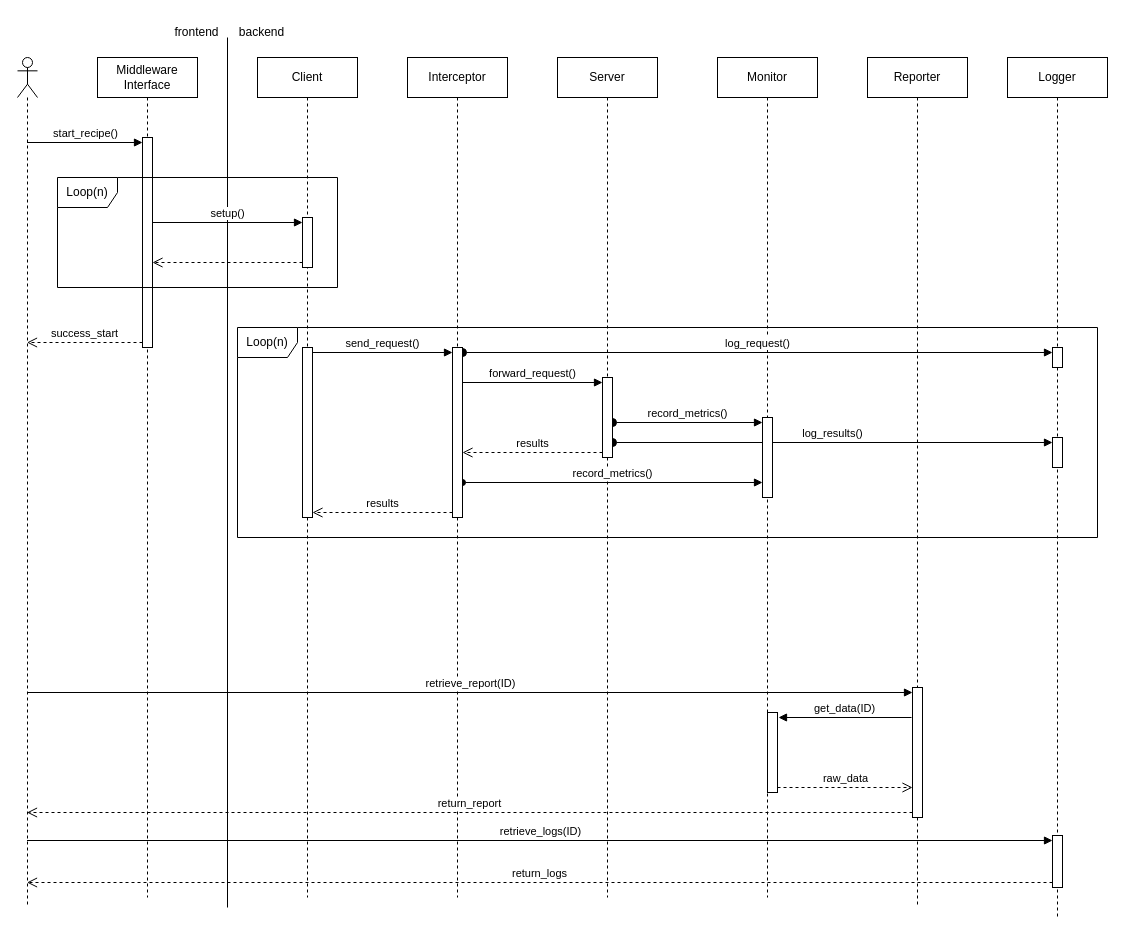
Above: page "Sequence Diagram" (2 of 3) of design/design_diagrams.drawio in Valegrl/Team6_EUMASTER4HPC2526 (draw.io), before the change. Source tidied: cells renumbered, new cells numbered last; positions are measured from the earlier drawing's top-left corner, leaving out a move shared by most shapes. Both pictures are drawn from the tidied source at 100%, with x=0, y=0 at pixel (17, 17).
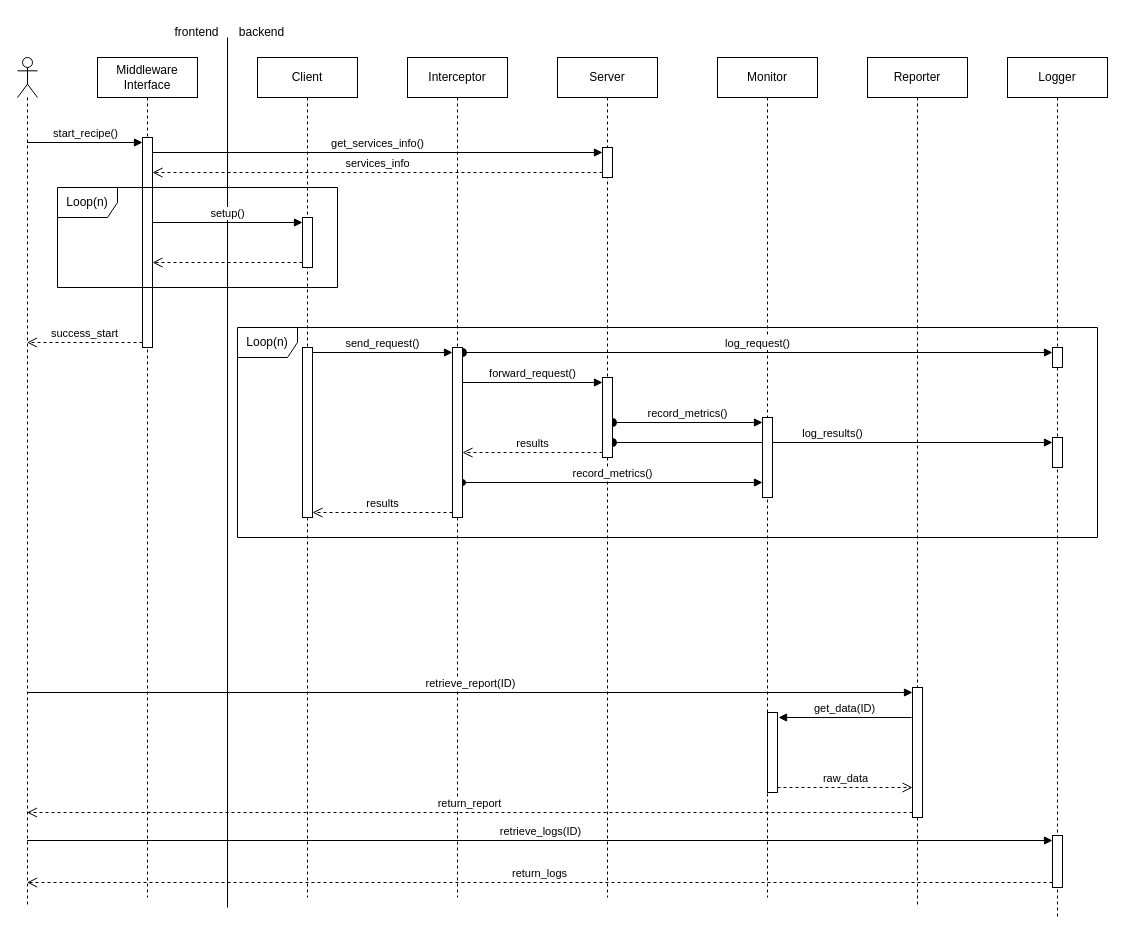
The same diagram, later.

Unchanged cells that the change refers to:
```xml
<mxCell id="4" value="Server" style="shape=umlLifeline;perimeter=lifelinePerimeter;whiteSpace=wrap;html=1;newEdgeStyle={&quot;curved&quot;:0,&quot;rounded&quot;:0};" parent="1" vertex="1">
  <mxGeometry x="540" y="40" width="100" height="840" as="geometry" />
</mxCell>
<mxCell id="13" style="html=1;points=[[0,0,0,0,5],[0,1,0,0,-5],[1,0,0,0,5],[1,1,0,0,-5]];perimeter=orthogonalPerimeter;outlineConnect=0;targetShapes=umlLifeline;portConstraint=eastwest;newEdgeStyle={&quot;curved&quot;:0,&quot;rounded&quot;:0};" parent="12" vertex="1">
  <mxGeometry x="45" y="80" width="10" height="210" as="geometry" />
</mxCell>
```

Diff of the diagram source:
```diff
@@
+    <mxCell id="45" style="html=1;points=[[0,0,0,0,5],[0,1,0,0,-5],[1,0,0,0,5],[1,1,0,0,-5]];perimeter=orthogonalPerimeter;outlineConnect=0;targetShapes=umlLifeline;portConstraint=eastwest;newEdgeStyle={&quot;curved&quot;:0,&quot;rounded&quot;:0};" parent="4" vertex="1">
+      <mxGeometry x="45" y="90" width="10" height="30" as="geometry" />
+    </mxCell>
@@
     <mxCell id="28" value="Loop(n)" style="shape=umlFrame;whiteSpace=wrap;html=1;" parent="1" vertex="1">
-      <mxGeometry x="40" y="160" width="280" height="110" as="geometry" />
+      <mxGeometry x="40" y="170" width="280" height="100" as="geometry" />
     </mxCell>
@@
+    <mxCell id="46" value="services_info" style="html=1;verticalAlign=bottom;endArrow=open;dashed=1;endSize=8;curved=0;rounded=0;exitX=0;exitY=1;exitDx=0;exitDy=-5;" parent="1" edge="1" source="45" target="13">
+      <mxGeometry relative="1" as="geometry" />
+    </mxCell>
+    <mxCell id="47" value="get_services_info()" style="html=1;verticalAlign=bottom;endArrow=block;curved=0;rounded=0;entryX=0;entryY=0;entryDx=0;entryDy=5;" parent="1" edge="1" source="13" target="45">
+      <mxGeometry relative="1" as="geometry" />
+    </mxCell>
```
